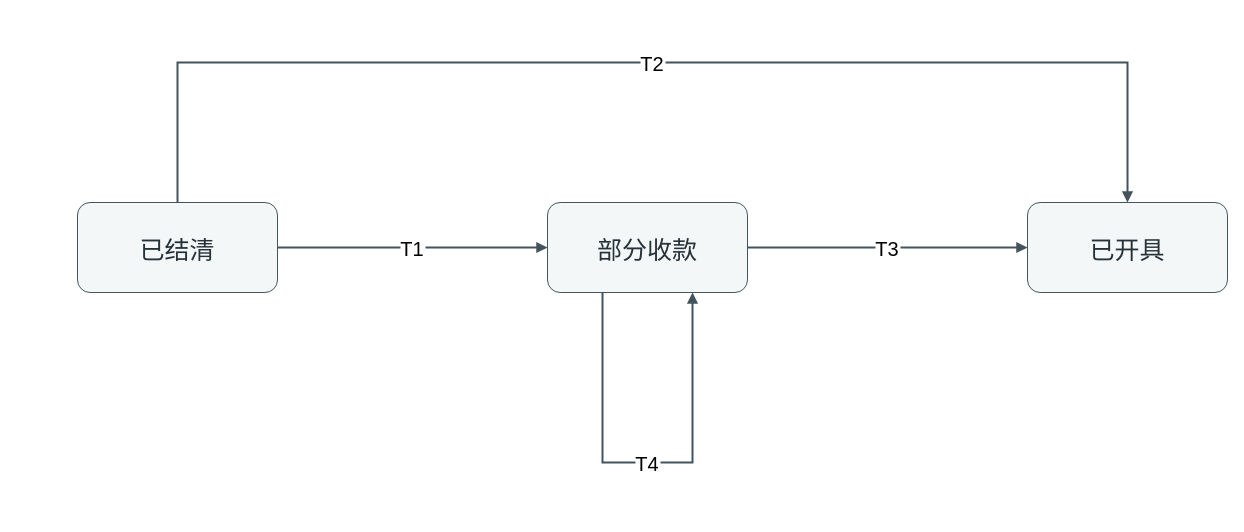
The draw.io diagram assets/uml/16B_状态机_退款.drawio in zongdajiang/adc-nexus-system-analysis-design, before the edit. Source tidied: cells renumbered, new cells numbered last; positions are measured from the earlier drawing's top-left corner, leaving out a move shared by most shapes. Both pictures are drawn from the tidied source at 100%, with x=0, y=0 at pixel (77, 62).
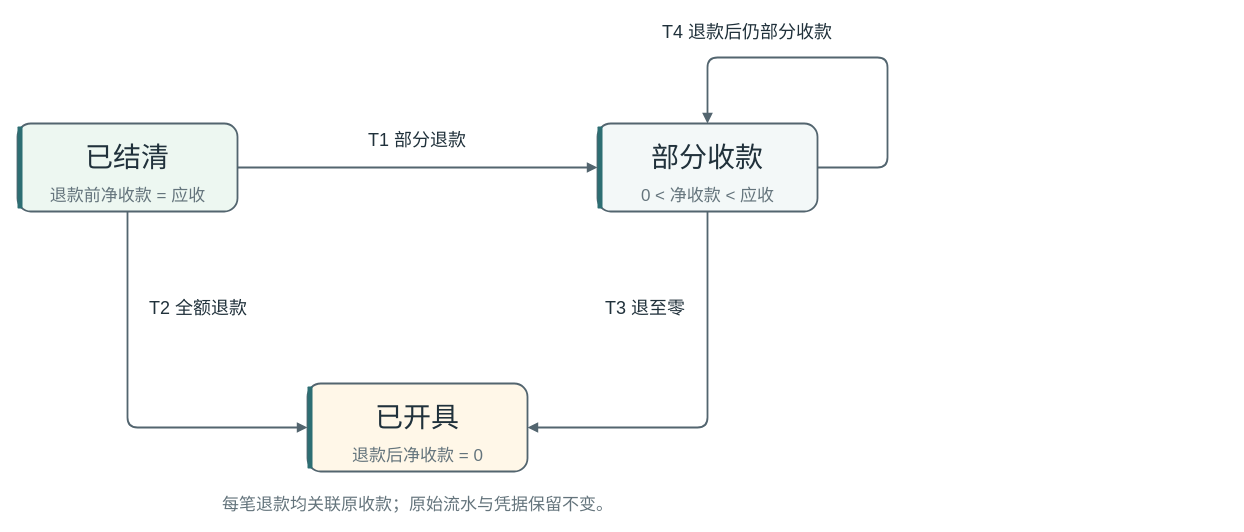
The same page after the edit.

The edit, as a diff of the source:
```diff
@@
+    <mxCell id="9" style="html=0;rounded=1;fillColor=#EDF7F1;strokeColor=#53656F;strokeWidth=1.8;" parent="1" vertex="1">
+      <mxGeometry x="-60" y="61" width="220" height="88" as="geometry" />
+    </mxCell>
+    <mxCell id="10" style="html=0;rounded=1;fillColor=#2D6E73;strokeColor=none;strokeWidth=1.8;" parent="1" vertex="1">
+      <mxGeometry x="-60" y="64" width="5" height="82" as="geometry" />
+    </mxCell>
-    <mxCell id="2" value="已结清" style="rounded=1;arcSize=14;fillColor=#F3F7F8;strokeColor=#43545D;fontColor=#263238;fontFamily=Microsoft YaHei;fontSize=25;" parent="1" vertex="1">
-      <mxGeometry y="140" width="200" height="90" as="geometry" />
+    <mxCell id="2" value="已结清" style="html=0;text;strokeColor=none;fillColor=none;align=center;verticalAlign=top;spacing=0;fontFamily=Microsoft YaHei;fontSize=28;fontColor=#20313B;fontStyle=0;whiteSpace=wrap;" parent="1" vertex="1">
+      <mxGeometry x="6" y="74" width="88" height="38" as="geometry" />
     </mxCell>
+    <mxCell id="11" value="退款前净收款 = 应收" style="html=0;text;strokeColor=none;fillColor=none;align=center;verticalAlign=top;spacing=0;fontFamily=Microsoft YaHei;fontSize=17;fontColor=#64747C;fontStyle=0;whiteSpace=wrap;" parent="1" vertex="1">
+      <mxGeometry x="-31.5" y="119" width="163" height="24.2" as="geometry" />
+    </mxCell>
+    <mxCell id="12" style="html=0;rounded=1;fillColor=#F3F8F8;strokeColor=#53656F;strokeWidth=1.8;" parent="1" vertex="1">
+      <mxGeometry x="520" y="61" width="220" height="88" as="geometry" />
+    </mxCell>
+    <mxCell id="13" style="html=0;rounded=1;fillColor=#2D6E73;strokeColor=none;strokeWidth=1.8;" parent="1" vertex="1">
+      <mxGeometry x="520" y="64" width="5" height="82" as="geometry" />
+    </mxCell>
-    <mxCell id="3" value="部分收款" style="rounded=1;arcSize=14;fillColor=#F3F7F8;strokeColor=#43545D;fontColor=#263238;fontFamily=Microsoft YaHei;fontSize=25;" parent="1" vertex="1">
-      <mxGeometry x="470" y="140" width="200" height="90" as="geometry" />
+    <mxCell id="3" value="部分收款" style="html=0;text;strokeColor=none;fillColor=none;align=center;verticalAlign=top;spacing=0;fontFamily=Microsoft YaHei;fontSize=28;fontColor=#20313B;fontStyle=0;whiteSpace=wrap;" parent="1" vertex="1">
+      <mxGeometry x="572" y="74" width="116" height="38" as="geometry" />
     </mxCell>
+    <mxCell id="14" value="0 &lt; 净收款 &lt; 应收" style="html=0;text;strokeColor=none;fillColor=none;align=center;verticalAlign=top;spacing=0;fontFamily=Microsoft YaHei;fontSize=17;fontColor=#64747C;fontStyle=0;whiteSpace=wrap;" parent="1" vertex="1">
+      <mxGeometry x="557.5" y="119" width="145" height="24.2" as="geometry" />
+    </mxCell>
+    <mxCell id="15" style="html=0;rounded=1;fillColor=#FFF7E8;strokeColor=#53656F;strokeWidth=1.8;" parent="1" vertex="1">
+      <mxGeometry x="230" y="321" width="220" height="88" as="geometry" />
+    </mxCell>
+    <mxCell id="16" style="html=0;rounded=1;fillColor=#2D6E73;strokeColor=none;strokeWidth=1.8;" parent="1" vertex="1">
+      <mxGeometry x="230" y="324" width="5" height="82" as="geometry" />
+    </mxCell>
-    <mxCell id="4" value="已开具" style="rounded=1;arcSize=14;fillColor=#F3F7F8;strokeColor=#43545D;fontColor=#263238;fontFamily=Microsoft YaHei;fontSize=25;" parent="1" vertex="1">
-      <mxGeometry x="950" y="140" width="200" height="90" as="geometry" />
+    <mxCell id="4" value="已开具" style="html=0;text;strokeColor=none;fillColor=none;align=center;verticalAlign=top;spacing=0;fontFamily=Microsoft YaHei;fontSize=28;fontColor=#20313B;fontStyle=0;whiteSpace=wrap;" parent="1" vertex="1">
+      <mxGeometry x="296" y="334" width="88" height="38" as="geometry" />
     </mxCell>
-    <mxCell id="5" value="T1" style="edgeStyle=orthogonalEdgeStyle;rounded=0;endArrow=block;endFill=1;strokeColor=#43545D;strokeWidth=2;fontSize=20;labelBackgroundColor=#FFFFFF;" parent="1" edge="1">
-      <mxGeometry relative="1" as="geometry">
-        <mxPoint x="200" y="185" as="sourcePoint" />
-        <mxPoint x="470" y="185" as="targetPoint" />
-      </mxGeometry>
-    </mxCell>
-    <mxCell id="6" value="T3" style="edgeStyle=orthogonalEdgeStyle;rounded=0;endArrow=block;endFill=1;strokeColor=#43545D;strokeWidth=2;fontSize=20;labelBackgroundColor=#FFFFFF;" parent="1" edge="1">
-      <mxGeometry relative="1" as="geometry">
-        <mxPoint x="670" y="185" as="sourcePoint" />
-        <mxPoint x="950" y="185" as="targetPoint" />
-      </mxGeometry>
-    </mxCell>
-    <mxCell id="7" value="T2" style="edgeStyle=orthogonalEdgeStyle;rounded=0;endArrow=block;endFill=1;strokeColor=#43545D;strokeWidth=2;fontSize=20;labelBackgroundColor=#FFFFFF;" parent="1" edge="1">
-      <mxGeometry relative="1" as="geometry">
-        <mxPoint x="100" y="140" as="sourcePoint" />
-        <mxPoint x="1050" y="140" as="targetPoint" />
-        <Array as="points">
-          <mxPoint x="100" />
-          <mxPoint x="1050" />
-        </Array>
-      </mxGeometry>
-    </mxCell>
-    <mxCell id="8" value="T4" style="edgeStyle=orthogonalEdgeStyle;rounded=0;endArrow=block;endFill=1;strokeColor=#43545D;strokeWidth=2;fontSize=20;labelBackgroundColor=#FFFFFF;" parent="1" edge="1">
-      <mxGeometry relative="1" as="geometry">
-        <mxPoint x="525" y="230" as="sourcePoint" />
-        <mxPoint x="615" y="230" as="targetPoint" />
-        <Array as="points">
-          <mxPoint x="525" y="400" />
-          <mxPoint x="615" y="400" />
-        </Array>
-      </mxGeometry>
-    </mxCell>
+    <mxCell id="17" value="退款后净收款 = 0" style="html=0;text;strokeColor=none;fillColor=none;align=center;verticalAlign=top;spacing=0;fontFamily=Microsoft YaHei;fontSize=17;fontColor=#64747C;fontStyle=0;whiteSpace=wrap;" parent="1" vertex="1">
+      <mxGeometry x="270.5" y="379" width="139" height="24.2" as="geometry" />
+    </mxCell>
+    <mxCell id="18" style="html=0;endArrow=block;endFill=1;strokeColor=#53656F;strokeWidth=1.8;" parent="1" edge="1">
+      <mxGeometry relative="1" as="geometry">
+        <mxPoint x="160" y="105" as="sourcePoint" />
+        <mxPoint x="520" y="105" as="targetPoint" />
+      </mxGeometry>
+    </mxCell>
+    <mxCell id="19" value="T1 部分退款" style="html=0;text;strokeColor=none;fillColor=none;align=center;verticalAlign=top;spacing=0;fontFamily=Microsoft YaHei;fontSize=18;fontColor=#20313B;fontStyle=0;whiteSpace=wrap;" parent="1" vertex="1">
+      <mxGeometry x="289" y="63" width="102" height="25.5" as="geometry" />
+    </mxCell>
+    <mxCell id="20" style="html=0;endArrow=block;endFill=1;strokeColor=#53656F;strokeWidth=1.8;" parent="1" edge="1">
+      <mxGeometry relative="1" as="geometry">
+        <mxPoint x="50" y="149" as="sourcePoint" />
+        <mxPoint x="230" y="365" as="targetPoint" />
+        <Array as="points">
+          <mxPoint x="50" y="365" />
+        </Array>
+      </mxGeometry>
+    </mxCell>
+    <mxCell id="21" value="T2 全额退款" style="html=0;text;strokeColor=none;fillColor=none;align=left;verticalAlign=top;spacing=0;fontFamily=Microsoft YaHei;fontSize=18;fontColor=#20313B;fontStyle=0;whiteSpace=wrap;" parent="1" vertex="1">
+      <mxGeometry x="72" y="231" width="102" height="25.5" as="geometry" />
+    </mxCell>
+    <mxCell id="22" style="html=0;endArrow=block;endFill=1;strokeColor=#53656F;strokeWidth=1.8;" parent="1" edge="1">
+      <mxGeometry relative="1" as="geometry">
+        <mxPoint x="630" y="149" as="sourcePoint" />
+        <mxPoint x="450" y="365" as="targetPoint" />
+        <Array as="points">
+          <mxPoint x="630" y="365" />
+        </Array>
+      </mxGeometry>
+    </mxCell>
+    <mxCell id="23" value="T3 退至零" style="html=0;text;strokeColor=none;fillColor=none;align=right;verticalAlign=top;spacing=0;fontFamily=Microsoft YaHei;fontSize=18;fontColor=#20313B;fontStyle=0;whiteSpace=wrap;" parent="1" vertex="1">
+      <mxGeometry x="524" y="231" width="84" height="25.5" as="geometry" />
+    </mxCell>
+    <mxCell id="24" style="html=0;endArrow=block;endFill=1;strokeColor=#53656F;strokeWidth=1.8;" parent="1" edge="1">
+      <mxGeometry relative="1" as="geometry">
+        <mxPoint x="740" y="105" as="sourcePoint" />
+        <mxPoint x="630" y="61" as="targetPoint" />
+        <Array as="points">
+          <mxPoint x="810" y="105" />
+          <mxPoint x="810" y="-5" />
+          <mxPoint x="630" y="-5" />
+        </Array>
+      </mxGeometry>
+    </mxCell>
+    <mxCell id="25" value="T4 退款后仍部分收款" style="html=0;text;strokeColor=none;fillColor=none;align=center;verticalAlign=top;spacing=0;fontFamily=Microsoft YaHei;fontSize=18;fontColor=#20313B;fontStyle=0;whiteSpace=wrap;" parent="1" vertex="1">
+      <mxGeometry x="583" y="-45" width="174" height="25.5" as="geometry" />
+    </mxCell>
+    <mxCell id="26" value="每笔退款均关联原收款；原始流水与凭据保留不变。" style="html=0;text;strokeColor=none;fillColor=none;align=center;verticalAlign=top;spacing=0;fontFamily=Microsoft YaHei;fontSize=17;fontColor=#64747C;fontStyle=0;whiteSpace=wrap;" parent="1" vertex="1">
+      <mxGeometry x="142.5" y="428" width="395" height="24.2" as="geometry" />
+    </mxCell>
```
